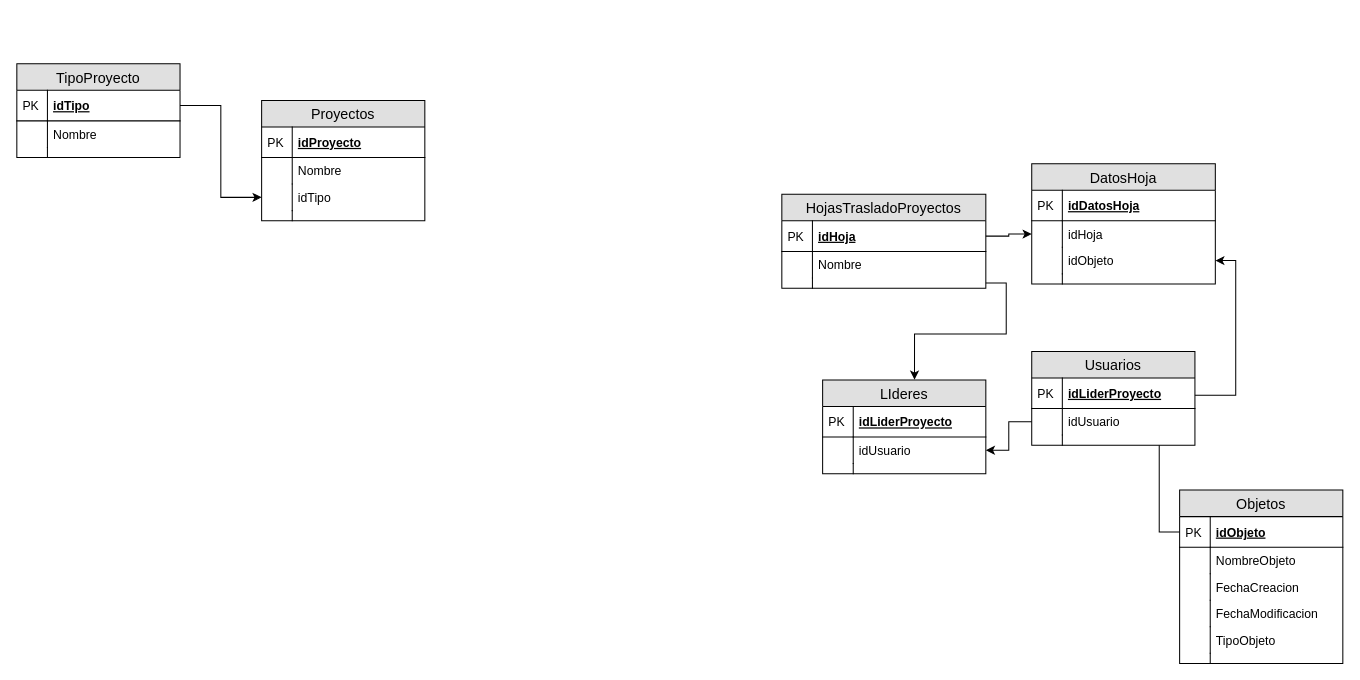
Earlier version of the draw.io diagram DiagramaNuevo.drawio (IrvinDevFlores/RequerimientosPro). Source tidied: cells renumbered, new cells numbered last; positions are measured from the earlier drawing's top-left corner, leaving out a move shared by most shapes. Both pictures are drawn from the tidied source at 102%, with x=0, y=0 at pixel (16, 63).
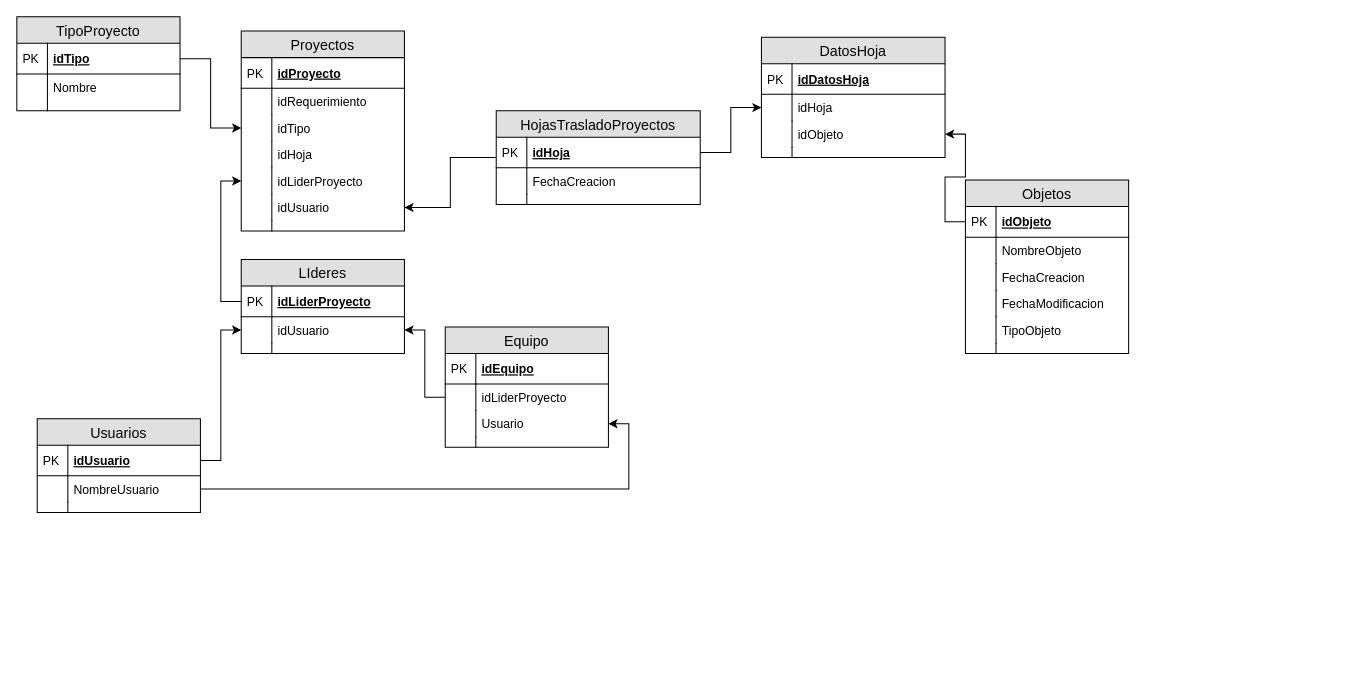
The same page after the edit.

Commit message:
Nuevas tablas enlazadas

The change refers to these unchanged cells:
```xml
<mxCell id="16" style="shape=partialRectangle;top=0;left=0;right=0;bottom=0;align=left;verticalAlign=top;fillColor=none;spacingLeft=34;spacingRight=4;overflow=hidden;points=[[0,0.5],[1,0.5]];portConstraint=eastwest;fontSize=12;" parent="11" vertex="1">
  <mxGeometry y="82" width="200" height="10" as="geometry" />
</mxCell>
<mxCell id="43" value="idLiderProyecto" style="shape=partialRectangle;top=0;left=0;right=0;bottom=1;align=left;verticalAlign=middle;fillColor=none;spacingLeft=34;spacingRight=4;overflow=hidden;points=[[0,0.5],[1,0.5]];portConstraint=eastwest;fontStyle=5;fontSize=12;" parent="42" vertex="1">
  <mxGeometry y="26" width="160" height="30" as="geometry" />
</mxCell>
<mxCell id="45" value="idUsuario" style="shape=partialRectangle;top=0;left=0;right=0;bottom=0;align=left;verticalAlign=top;fillColor=none;spacingLeft=34;spacingRight=4;overflow=hidden;points=[[0,0.5],[1,0.5]];portConstraint=eastwest;fontSize=12;" parent="42" vertex="1">
  <mxGeometry y="56" width="160" height="26" as="geometry" />
</mxCell>
```

Diff of the diagram source:
```diff
@@
     <mxCell id="2" value="Proyectos" style="swimlane;fontStyle=0;horizontal=1;startSize=26;fillColor=#e0e0e0;swimlaneFillColor=#ffffff;align=center;fontSize=14;" parent="1" vertex="1">
-      <mxGeometry x="240" y="36" width="160" height="118" as="geometry" />
+      <mxGeometry x="220" y="-32" width="160" height="196" as="geometry" />
     </mxCell>
@@
-    <mxCell id="5" value="Nombre" style="shape=partialRectangle;top=0;left=0;right=0;bottom=0;align=left;verticalAlign=top;fillColor=none;spacingLeft=34;spacingRight=4;overflow=hidden;fontSize=12;" parent="2" vertex="1">
+    <mxCell id="5" value="idRequerimiento" style="shape=partialRectangle;top=0;left=0;right=0;bottom=0;align=left;verticalAlign=top;fillColor=none;spacingLeft=34;spacingRight=4;overflow=hidden;fontSize=12;" parent="2" vertex="1">
       <mxGeometry y="56" width="160" height="26" as="geometry" />
     </mxCell>
@@
+    <mxCell id="66" value="idHoja" style="shape=partialRectangle;top=0;left=0;right=0;bottom=0;align=left;verticalAlign=top;fillColor=none;spacingLeft=34;spacingRight=4;overflow=hidden;fontSize=12;" parent="2" vertex="1">
+      <mxGeometry y="108" width="160" height="26" as="geometry" />
+    </mxCell>
+    <mxCell id="67" style="shape=partialRectangle;top=0;left=0;bottom=0;fillColor=none;align=left;verticalAlign=top;spacingLeft=4;spacingRight=4;overflow=hidden;fontSize=12;" parent="66" vertex="1">
+      <mxGeometry width="30" height="26" as="geometry" />
+    </mxCell>
+    <mxCell id="68" value="idLiderProyecto" style="shape=partialRectangle;top=0;left=0;right=0;bottom=0;align=left;verticalAlign=top;fillColor=none;spacingLeft=34;spacingRight=4;overflow=hidden;points=[[0,0.5],[1,0.5]];portConstraint=eastwest;fontSize=12;" parent="2" vertex="1">
+      <mxGeometry y="134" width="160" height="26" as="geometry" />
+    </mxCell>
+    <mxCell id="69" style="shape=partialRectangle;top=0;left=0;bottom=0;fillColor=none;align=left;verticalAlign=top;spacingLeft=4;spacingRight=4;overflow=hidden;fontSize=12;" parent="68" vertex="1">
+      <mxGeometry width="30" height="26" as="geometry" />
+    </mxCell>
+    <mxCell id="70" value="idUsuario" style="shape=partialRectangle;top=0;left=0;right=0;bottom=0;align=left;verticalAlign=top;fillColor=none;spacingLeft=34;spacingRight=4;overflow=hidden;points=[[0,0.5],[1,0.5]];portConstraint=eastwest;fontSize=12;" parent="2" vertex="1">
+      <mxGeometry y="160" width="160" height="26" as="geometry" />
+    </mxCell>
+    <mxCell id="71" style="shape=partialRectangle;top=0;left=0;bottom=0;fillColor=none;align=left;verticalAlign=top;spacingLeft=4;spacingRight=4;overflow=hidden;fontSize=12;" parent="70" vertex="1">
+      <mxGeometry width="30" height="26" as="geometry" />
+    </mxCell>
     <mxCell id="9" style="shape=partialRectangle;top=0;left=0;right=0;bottom=0;align=left;verticalAlign=top;fillColor=none;spacingLeft=34;spacingRight=4;overflow=hidden;fontSize=12;" parent="2" vertex="1">
-      <mxGeometry y="108" width="160" height="10" as="geometry" />
+      <mxGeometry y="186" width="160" height="10" as="geometry" />
     </mxCell>
@@
+    <mxCell id="72" style="edgeStyle=orthogonalEdgeStyle;rounded=0;jettySize=auto;html=1;" parent="1" edge="1" source="11" target="70">
+      <mxGeometry relative="1" as="geometry" />
+    </mxCell>
     <mxCell id="11" value="HojasTrasladoProyectos" style="swimlane;fontStyle=0;horizontal=1;startSize=26;fillColor=#e0e0e0;swimlaneFillColor=#ffffff;align=center;fontSize=14;" parent="1" vertex="1">
-      <mxGeometry x="750" y="128" width="200" height="92" as="geometry" />
+      <mxGeometry x="470" y="46" width="200" height="92" as="geometry" />
     </mxCell>
@@
-    <mxCell id="14" value="Nombre" style="shape=partialRectangle;top=0;left=0;right=0;bottom=0;align=left;verticalAlign=top;fillColor=none;spacingLeft=34;spacingRight=4;overflow=hidden;fontSize=12;" parent="11" vertex="1">
+    <mxCell id="14" value="FechaCreacion" style="shape=partialRectangle;top=0;left=0;right=0;bottom=0;align=left;verticalAlign=top;fillColor=none;spacingLeft=34;spacingRight=4;overflow=hidden;fontSize=12;" parent="11" vertex="1">
       <mxGeometry y="56" width="200" height="26" as="geometry" />
     </mxCell>
@@
     <mxCell id="18" value="Objetos" style="swimlane;fontStyle=0;horizontal=1;startSize=26;fillColor=#e0e0e0;swimlaneFillColor=#ffffff;align=center;fontSize=14;" parent="1" vertex="1">
-      <mxGeometry x="1140" y="418" width="160" height="170" as="geometry" />
+      <mxGeometry x="930" y="114" width="160" height="170" as="geometry" />
     </mxCell>
@@
     <mxCell id="31" value="DatosHoja" style="swimlane;fontStyle=0;horizontal=1;startSize=26;fillColor=#e0e0e0;swimlaneFillColor=#ffffff;align=center;fontSize=14;" parent="1" vertex="1">
-      <mxGeometry x="995" y="98" width="180" height="118" as="geometry" />
+      <mxGeometry x="730" y="-26" width="180" height="118" as="geometry" />
     </mxCell>
@@
     <mxCell id="42" value="LIderes" style="swimlane;fontStyle=0;horizontal=1;startSize=26;fillColor=#e0e0e0;swimlaneFillColor=#ffffff;align=center;fontSize=14;" parent="1" vertex="1">
-      <mxGeometry x="790" y="310" width="160" height="92" as="geometry" />
+      <mxGeometry x="220" y="192" width="160" height="92" as="geometry" />
     </mxCell>
@@
-    <mxCell id="49" value="Usuarios" style="swimlane;fontStyle=0;horizontal=1;startSize=26;fillColor=#e0e0e0;swimlaneFillColor=#ffffff;align=center;fontSize=14;" parent="1" vertex="1">
-      <mxGeometry x="995" y="282" width="160" height="92" as="geometry" />
+    <mxCell id="49" value="Equipo" style="swimlane;fontStyle=0;horizontal=1;startSize=26;fillColor=#e0e0e0;swimlaneFillColor=#ffffff;align=center;fontSize=14;" parent="1" vertex="1">
+      <mxGeometry x="420" y="258" width="160" height="118" as="geometry" />
     </mxCell>
-    <mxCell id="50" value="idLiderProyecto" style="shape=partialRectangle;top=0;left=0;right=0;bottom=1;align=left;verticalAlign=middle;fillColor=none;spacingLeft=34;spacingRight=4;overflow=hidden;fontStyle=5;fontSize=12;" parent="49" vertex="1">
+    <mxCell id="50" value="idEquipo" style="shape=partialRectangle;top=0;left=0;right=0;bottom=1;align=left;verticalAlign=middle;fillColor=none;spacingLeft=34;spacingRight=4;overflow=hidden;fontStyle=5;fontSize=12;" parent="49" vertex="1">
       <mxGeometry y="26" width="160" height="30" as="geometry" />
     </mxCell>
@@
-    <mxCell id="52" value="idUsuario" style="shape=partialRectangle;top=0;left=0;right=0;bottom=0;align=left;verticalAlign=top;fillColor=none;spacingLeft=34;spacingRight=4;overflow=hidden;points=[[0,0.5],[1,0.5]];portConstraint=eastwest;fontSize=12;" parent="49" vertex="1">
+    <mxCell id="52" value="idLiderProyecto" style="shape=partialRectangle;top=0;left=0;right=0;bottom=0;align=left;verticalAlign=top;fillColor=none;spacingLeft=34;spacingRight=4;overflow=hidden;points=[[0,0.5],[1,0.5]];portConstraint=eastwest;fontSize=12;" parent="49" vertex="1">
       <mxGeometry y="56" width="160" height="26" as="geometry" />
     </mxCell>
@@
+    <mxCell id="73" value="Usuario" style="shape=partialRectangle;top=0;left=0;right=0;bottom=0;align=left;verticalAlign=top;fillColor=none;spacingLeft=34;spacingRight=4;overflow=hidden;points=[[0,0.5],[1,0.5]];portConstraint=eastwest;fontSize=12;" parent="49" vertex="1">
+      <mxGeometry y="82" width="160" height="26" as="geometry" />
+    </mxCell>
+    <mxCell id="74" style="shape=partialRectangle;top=0;left=0;bottom=0;fillColor=none;align=left;verticalAlign=top;spacingLeft=4;spacingRight=4;overflow=hidden;fontSize=12;" parent="73" vertex="1">
+      <mxGeometry width="30" height="26" as="geometry" />
+    </mxCell>
     <mxCell id="54" style="shape=partialRectangle;top=0;left=0;right=0;bottom=0;align=left;verticalAlign=top;fillColor=none;spacingLeft=34;spacingRight=4;overflow=hidden;fontSize=12;" parent="49" vertex="1">
-      <mxGeometry y="82" width="160" height="10" as="geometry" />
+      <mxGeometry y="108" width="160" height="10" as="geometry" />
     </mxCell>
@@
     <mxCell id="57" value="TipoProyecto" style="swimlane;fontStyle=0;horizontal=1;startSize=26;fillColor=#e0e0e0;swimlaneFillColor=#ffffff;align=center;fontSize=14;" parent="1" vertex="1">
-      <mxGeometry width="160" height="92" as="geometry" />
+      <mxGeometry y="-46" width="160" height="92" as="geometry" />
     </mxCell>
@@
-    <mxCell id="65" style="edgeStyle=orthogonalEdgeStyle;rounded=0;jettySize=auto;html=1;entryX=0.563;entryY=-0.003;entryDx=0;entryDy=0;entryPerimeter=0;" parent="1" edge="1" source="16" target="42">
-      <mxGeometry relative="1" as="geometry" />
-    </mxCell>
+    <mxCell id="75" style="edgeStyle=orthogonalEdgeStyle;rounded=0;jettySize=auto;html=1;entryX=0;entryY=0.5;entryDx=0;entryDy=0;" parent="1" edge="1" source="43" target="68">
+      <mxGeometry relative="1" as="geometry" />
+    </mxCell>
+    <mxCell id="76" value="Usuarios" style="swimlane;fontStyle=0;horizontal=1;startSize=26;fillColor=#e0e0e0;swimlaneFillColor=#ffffff;align=center;fontSize=14;" parent="1" vertex="1">
+      <mxGeometry x="20" y="348" width="160" height="92" as="geometry" />
+    </mxCell>
+    <mxCell id="77" value="idUsuario" style="shape=partialRectangle;top=0;left=0;right=0;bottom=1;align=left;verticalAlign=middle;fillColor=none;spacingLeft=34;spacingRight=4;overflow=hidden;points=[[0,0.5],[1,0.5]];portConstraint=eastwest;fontStyle=5;fontSize=12;" parent="76" vertex="1">
+      <mxGeometry y="26" width="160" height="30" as="geometry" />
+    </mxCell>
+    <mxCell id="78" value="PK" style="shape=partialRectangle;top=0;left=0;bottom=0;fillColor=none;align=left;verticalAlign=middle;spacingLeft=4;spacingRight=4;overflow=hidden;fontSize=12;" parent="77" vertex="1">
+      <mxGeometry width="30" height="30" as="geometry" />
+    </mxCell>
+    <mxCell id="79" value="NombreUsuario" style="shape=partialRectangle;top=0;left=0;right=0;bottom=0;align=left;verticalAlign=top;fillColor=none;spacingLeft=34;spacingRight=4;overflow=hidden;points=[[0,0.5],[1,0.5]];portConstraint=eastwest;fontSize=12;" parent="76" vertex="1">
+      <mxGeometry y="56" width="160" height="26" as="geometry" />
+    </mxCell>
+    <mxCell id="80" style="shape=partialRectangle;top=0;left=0;bottom=0;fillColor=none;align=left;verticalAlign=top;spacingLeft=4;spacingRight=4;overflow=hidden;fontSize=12;" parent="79" vertex="1">
+      <mxGeometry width="30" height="26" as="geometry" />
+    </mxCell>
+    <mxCell id="81" style="shape=partialRectangle;top=0;left=0;right=0;bottom=0;align=left;verticalAlign=top;fillColor=none;spacingLeft=34;spacingRight=4;overflow=hidden;fontSize=12;" parent="76" vertex="1">
+      <mxGeometry y="82" width="160" height="10" as="geometry" />
+    </mxCell>
+    <mxCell id="82" style="shape=partialRectangle;top=0;left=0;bottom=0;fillColor=none;align=left;verticalAlign=top;spacingLeft=4;spacingRight=4;overflow=hidden;fontSize=12;" parent="81" vertex="1">
+      <mxGeometry width="30" height="10" as="geometry" />
+    </mxCell>
+    <mxCell id="83" style="edgeStyle=orthogonalEdgeStyle;rounded=0;jettySize=auto;html=1;entryX=1;entryY=0.5;entryDx=0;entryDy=0;" parent="1" edge="1" source="79" target="73">
+      <mxGeometry relative="1" as="geometry" />
+    </mxCell>
+    <mxCell id="84" style="edgeStyle=orthogonalEdgeStyle;rounded=0;jettySize=auto;html=1;" parent="1" edge="1" source="77" target="45">
+      <mxGeometry relative="1" as="geometry" />
+    </mxCell>
```
